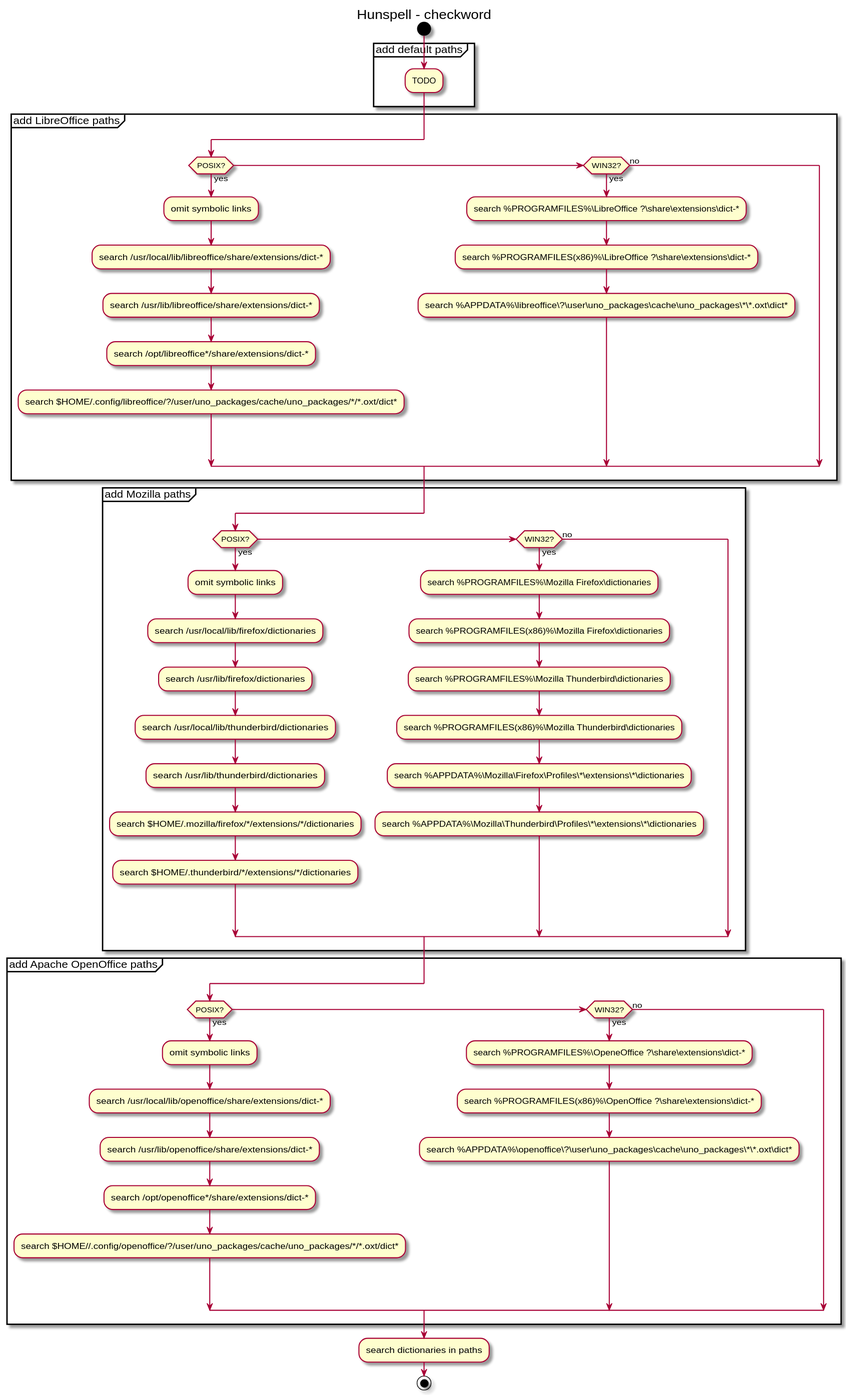
Above: uml/activity-diagrams/checkword-activity-diagram.svg in nuspell/misc-nuspell (PlantUML), before the change. Its source is kept beside it as uml/plantuml/checkword-activity-diagram.pu. Its diagram source:
```plantuml
@startuml

title Hunspell - checkword

start

:get ignore characters from affix manager;
if (ignore character?) then (yes)
	:TODO;
	:TODO;
	:TODO;
else (no)
endif

stop

if (word length == 0?) then (yes)
	:return NULL;
else (no)
endif

:TODO;

stop
@enduml
```
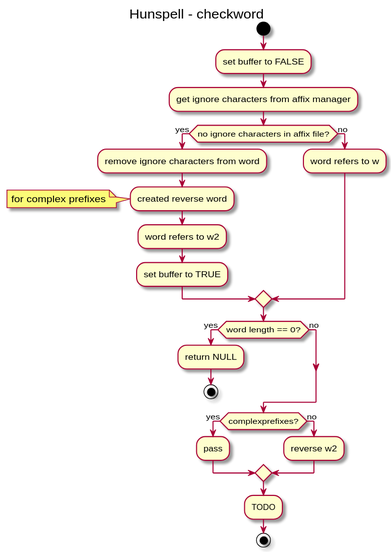
The same file after the commit.

Change to the diagram source:
```diff
@@ -4,19 +4,28 @@
 
 start
 
+:set buffer to FALSE;
 :get ignore characters from affix manager;
-if (ignore character?) then (yes)
-	:TODO;
-	:TODO;
-	:TODO;
+if (no ignore characters in affix file?) then (yes)
+	:remove ignore characters from word;
+	:created reverse word;
+	note left: for complex prefixes
+	:word refers to w2;
+	:set buffer to TRUE;
+else (no)
+	:word refers to w;
+endif
+
+if (word length == 0?) then (yes)
+	:return NULL;
+	stop
 else (no)
 endif
 
-stop
-
-if (word length == 0?) then (yes)
-	:return NULL;
+if (complexprefixes?) then (yes)
+	:pass;
 else (no)
+	:reverse w2;
 endif
 
 :TODO;
```
